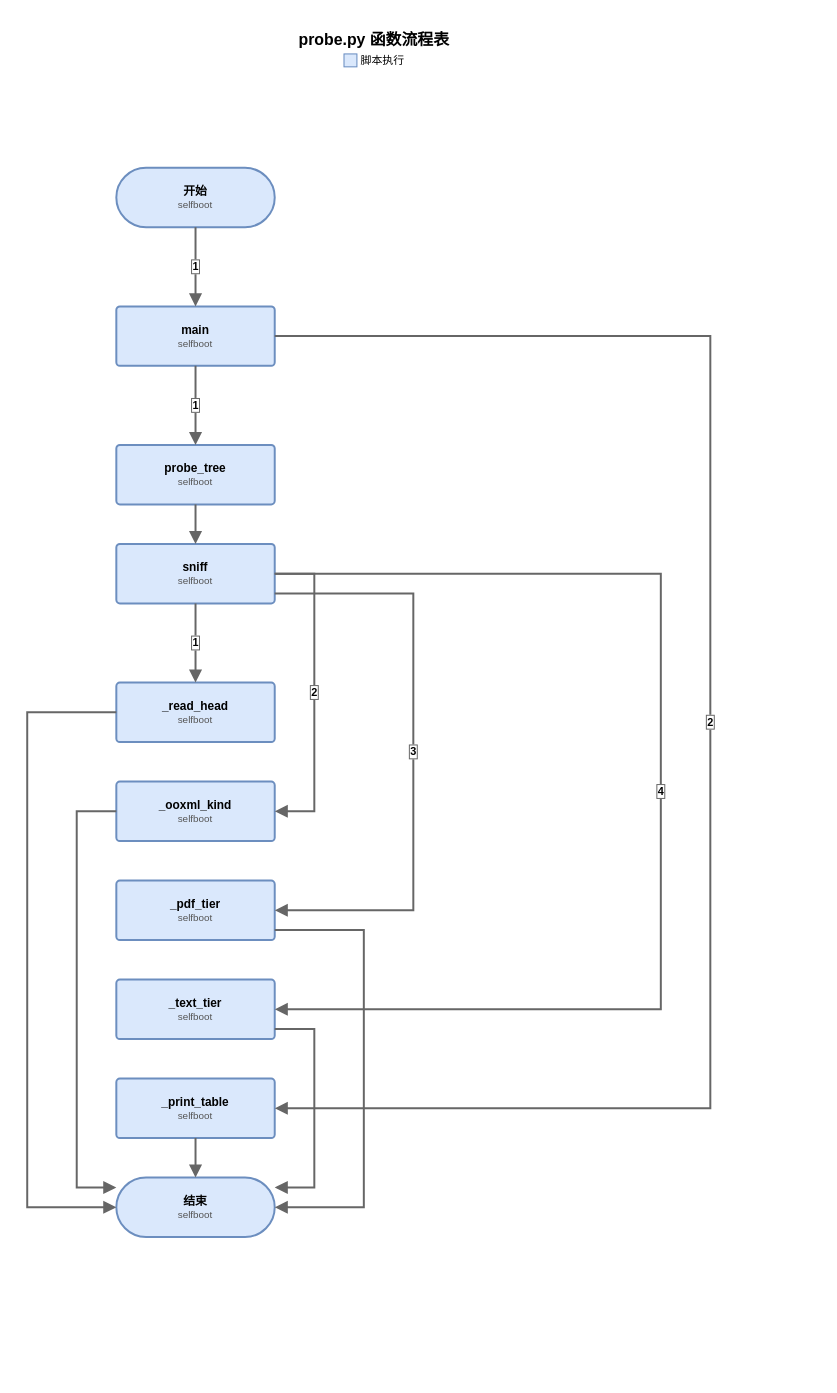
This is page "probe.py 函数流程表" (18 of 31) of dev/baseline/self-boot/self-boot-flow.drawio from Luys521/flowchart-skill, a draw.io file, before an edit. Source tidied: cells renumbered, new cells numbered last; positions are measured from the earlier drawing's top-left corner, leaving out a move shared by most shapes. Both pictures are drawn from the tidied source at 99%, with x=0, y=0 at pixel (27, 17).
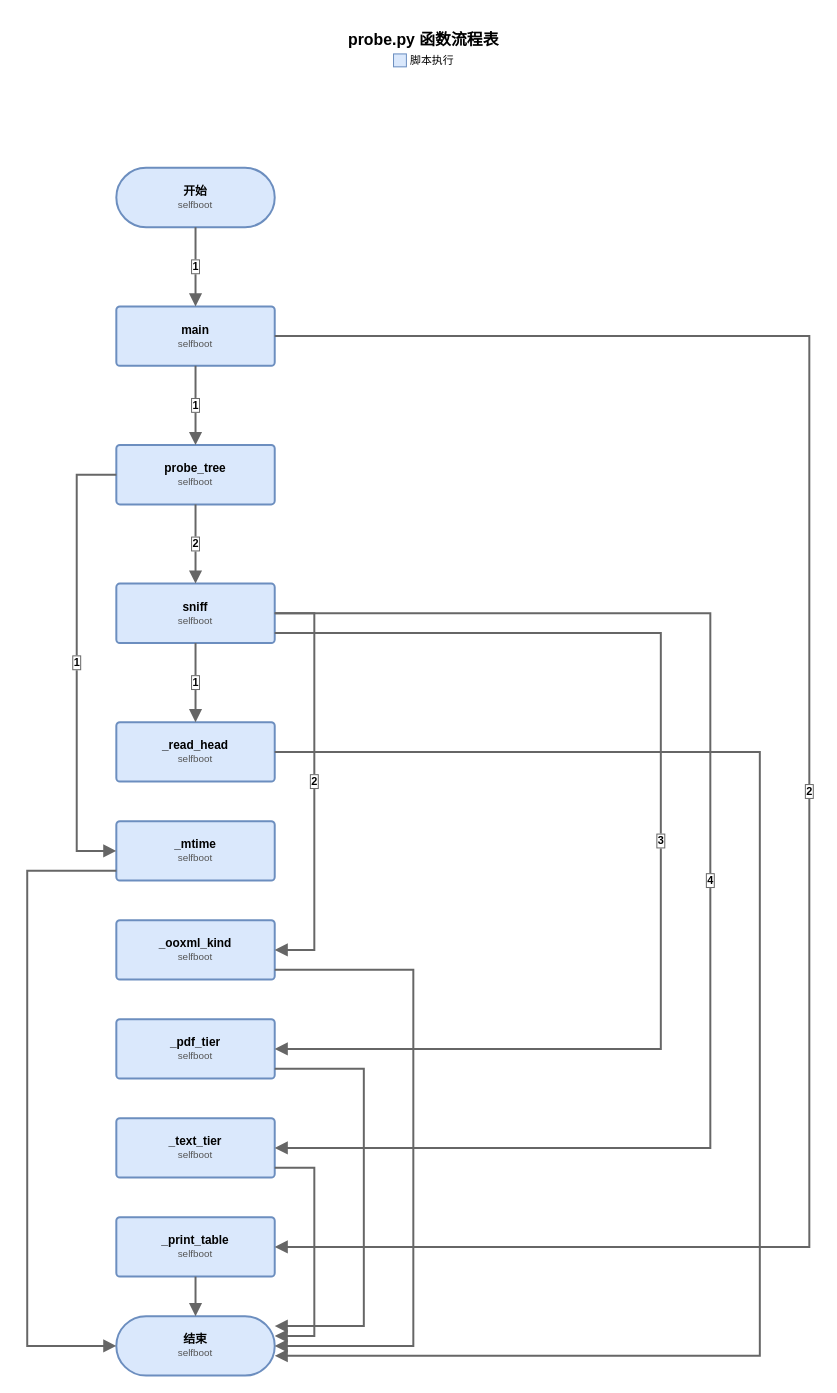
The same page after the edit.

Unchanged cells that the change refers to:
```xml
<mxCell id="3" value="&lt;div style=&quot;font-weight:bold;&quot;&gt;开始&lt;/div&gt;&lt;div style=&quot;color:#555555;font-size:10px;&quot;&gt;selfboot&lt;/div&gt;" style="rounded=1;arcSize=50;whiteSpace=wrap;html=1;strokeWidth=2;fontFamily=Microsoft YaHei;verticalAlign=middle;fillColor=#dae8fc;strokeColor=#6c8ebf;fontSize=12;flowchartSkillNative=1;" parent="1" vertex="1">
  <mxGeometry x="90" y="152" width="160" height="60" as="geometry" />
</mxCell>
```

The edit, as a diff of the source:
```diff
@@
     <mxCell id="2" value="probe.py 函数流程表&lt;br&gt;&lt;span style=&quot;font-size:11px;font-weight:400&quot;&gt;&lt;span style=&quot;background:#dae8fc;border:1px solid #6c8ebf&quot;&gt;&amp;nbsp;&amp;nbsp;&amp;nbsp;&amp;nbsp;&lt;/span&gt; 脚本执行　&lt;/span&gt;" style="text;html=1;align=center;verticalAlign=middle;fontSize=16;fontStyle=1;fontFamily=Microsoft YaHei;" parent="1" vertex="1">
-      <mxGeometry x="50" width="600" height="64" as="geometry" />
+      <mxGeometry x="100" width="600" height="64" as="geometry" />
     </mxCell>
@@
     <mxCell id="4" value="&lt;div style=&quot;font-weight:bold;&quot;&gt;_read_head&lt;/div&gt;&lt;div style=&quot;color:#555555;font-size:10px;&quot;&gt;selfboot&lt;/div&gt;" style="rounded=1;arcSize=6;whiteSpace=wrap;html=1;strokeWidth=2;fontFamily=Microsoft YaHei;verticalAlign=middle;fillColor=#dae8fc;strokeColor=#6c8ebf;fontSize=12;flowchartSkillNative=1;" parent="1" vertex="1">
-      <mxGeometry x="90" y="672" width="160" height="60" as="geometry" />
+      <mxGeometry x="90" y="712" width="160" height="60" as="geometry" />
     </mxCell>
-    <mxCell id="5" value="&lt;div style=&quot;font-weight:bold;&quot;&gt;_ooxml_kind&lt;/div&gt;&lt;div style=&quot;color:#555555;font-size:10px;&quot;&gt;selfboot&lt;/div&gt;" style="rounded=1;arcSize=6;whiteSpace=wrap;html=1;strokeWidth=2;fontFamily=Microsoft YaHei;verticalAlign=middle;fillColor=#dae8fc;strokeColor=#6c8ebf;fontSize=12;flowchartSkillNative=1;" parent="1" vertex="1">
-      <mxGeometry x="90" y="772" width="160" height="60" as="geometry" />
+    <mxCell id="5" value="&lt;div style=&quot;font-weight:bold;&quot;&gt;_mtime&lt;/div&gt;&lt;div style=&quot;color:#555555;font-size:10px;&quot;&gt;selfboot&lt;/div&gt;" style="rounded=1;arcSize=6;whiteSpace=wrap;html=1;strokeWidth=2;fontFamily=Microsoft YaHei;verticalAlign=middle;fillColor=#dae8fc;strokeColor=#6c8ebf;fontSize=12;flowchartSkillNative=1;" parent="1" vertex="1">
+      <mxGeometry x="90" y="812" width="160" height="60" as="geometry" />
     </mxCell>
-    <mxCell id="6" value="&lt;div style=&quot;font-weight:bold;&quot;&gt;_pdf_tier&lt;/div&gt;&lt;div style=&quot;color:#555555;font-size:10px;&quot;&gt;selfboot&lt;/div&gt;" style="rounded=1;arcSize=6;whiteSpace=wrap;html=1;strokeWidth=2;fontFamily=Microsoft YaHei;verticalAlign=middle;fillColor=#dae8fc;strokeColor=#6c8ebf;fontSize=12;flowchartSkillNative=1;" parent="1" vertex="1">
-      <mxGeometry x="90" y="872" width="160" height="60" as="geometry" />
+    <mxCell id="6" value="&lt;div style=&quot;font-weight:bold;&quot;&gt;_ooxml_kind&lt;/div&gt;&lt;div style=&quot;color:#555555;font-size:10px;&quot;&gt;selfboot&lt;/div&gt;" style="rounded=1;arcSize=6;whiteSpace=wrap;html=1;strokeWidth=2;fontFamily=Microsoft YaHei;verticalAlign=middle;fillColor=#dae8fc;strokeColor=#6c8ebf;fontSize=12;flowchartSkillNative=1;" parent="1" vertex="1">
+      <mxGeometry x="90" y="912" width="160" height="60" as="geometry" />
     </mxCell>
-    <mxCell id="7" value="&lt;div style=&quot;font-weight:bold;&quot;&gt;_text_tier&lt;/div&gt;&lt;div style=&quot;color:#555555;font-size:10px;&quot;&gt;selfboot&lt;/div&gt;" style="rounded=1;arcSize=6;whiteSpace=wrap;html=1;strokeWidth=2;fontFamily=Microsoft YaHei;verticalAlign=middle;fillColor=#dae8fc;strokeColor=#6c8ebf;fontSize=12;flowchartSkillNative=1;" parent="1" vertex="1">
-      <mxGeometry x="90" y="972" width="160" height="60" as="geometry" />
+    <mxCell id="7" value="&lt;div style=&quot;font-weight:bold;&quot;&gt;_pdf_tier&lt;/div&gt;&lt;div style=&quot;color:#555555;font-size:10px;&quot;&gt;selfboot&lt;/div&gt;" style="rounded=1;arcSize=6;whiteSpace=wrap;html=1;strokeWidth=2;fontFamily=Microsoft YaHei;verticalAlign=middle;fillColor=#dae8fc;strokeColor=#6c8ebf;fontSize=12;flowchartSkillNative=1;" parent="1" vertex="1">
+      <mxGeometry x="90" y="1012" width="160" height="60" as="geometry" />
     </mxCell>
-    <mxCell id="8" value="&lt;div style=&quot;font-weight:bold;&quot;&gt;sniff&lt;/div&gt;&lt;div style=&quot;color:#555555;font-size:10px;&quot;&gt;selfboot&lt;/div&gt;" style="rounded=1;arcSize=6;whiteSpace=wrap;html=1;strokeWidth=2;fontFamily=Microsoft YaHei;verticalAlign=middle;fillColor=#dae8fc;strokeColor=#6c8ebf;fontSize=12;flowchartSkillNative=1;" parent="1" vertex="1">
-      <mxGeometry x="90" y="532" width="160" height="60" as="geometry" />
+    <mxCell id="8" value="&lt;div style=&quot;font-weight:bold;&quot;&gt;_text_tier&lt;/div&gt;&lt;div style=&quot;color:#555555;font-size:10px;&quot;&gt;selfboot&lt;/div&gt;" style="rounded=1;arcSize=6;whiteSpace=wrap;html=1;strokeWidth=2;fontFamily=Microsoft YaHei;verticalAlign=middle;fillColor=#dae8fc;strokeColor=#6c8ebf;fontSize=12;flowchartSkillNative=1;" parent="1" vertex="1">
+      <mxGeometry x="90" y="1112" width="160" height="60" as="geometry" />
     </mxCell>
-    <mxCell id="9" value="&lt;div style=&quot;font-weight:bold;&quot;&gt;probe_tree&lt;/div&gt;&lt;div style=&quot;color:#555555;font-size:10px;&quot;&gt;selfboot&lt;/div&gt;" style="rounded=1;arcSize=6;whiteSpace=wrap;html=1;strokeWidth=2;fontFamily=Microsoft YaHei;verticalAlign=middle;fillColor=#dae8fc;strokeColor=#6c8ebf;fontSize=12;flowchartSkillNative=1;" parent="1" vertex="1">
-      <mxGeometry x="90" y="432" width="160" height="60" as="geometry" />
+    <mxCell id="9" value="&lt;div style=&quot;font-weight:bold;&quot;&gt;sniff&lt;/div&gt;&lt;div style=&quot;color:#555555;font-size:10px;&quot;&gt;selfboot&lt;/div&gt;" style="rounded=1;arcSize=6;whiteSpace=wrap;html=1;strokeWidth=2;fontFamily=Microsoft YaHei;verticalAlign=middle;fillColor=#dae8fc;strokeColor=#6c8ebf;fontSize=12;flowchartSkillNative=1;" parent="1" vertex="1">
+      <mxGeometry x="90" y="572" width="160" height="60" as="geometry" />
     </mxCell>
-    <mxCell id="10" value="&lt;div style=&quot;font-weight:bold;&quot;&gt;_print_table&lt;/div&gt;&lt;div style=&quot;color:#555555;font-size:10px;&quot;&gt;selfboot&lt;/div&gt;" style="rounded=1;arcSize=6;whiteSpace=wrap;html=1;strokeWidth=2;fontFamily=Microsoft YaHei;verticalAlign=middle;fillColor=#dae8fc;strokeColor=#6c8ebf;fontSize=12;flowchartSkillNative=1;" parent="1" vertex="1">
-      <mxGeometry x="90" y="1072" width="160" height="60" as="geometry" />
+    <mxCell id="10" value="&lt;div style=&quot;font-weight:bold;&quot;&gt;probe_tree&lt;/div&gt;&lt;div style=&quot;color:#555555;font-size:10px;&quot;&gt;selfboot&lt;/div&gt;" style="rounded=1;arcSize=6;whiteSpace=wrap;html=1;strokeWidth=2;fontFamily=Microsoft YaHei;verticalAlign=middle;fillColor=#dae8fc;strokeColor=#6c8ebf;fontSize=12;flowchartSkillNative=1;" parent="1" vertex="1">
+      <mxGeometry x="90" y="432" width="160" height="60" as="geometry" />
     </mxCell>
-    <mxCell id="11" value="&lt;div style=&quot;font-weight:bold;&quot;&gt;main&lt;/div&gt;&lt;div style=&quot;color:#555555;font-size:10px;&quot;&gt;selfboot&lt;/div&gt;" style="rounded=1;arcSize=6;whiteSpace=wrap;html=1;strokeWidth=2;fontFamily=Microsoft YaHei;verticalAlign=middle;fillColor=#dae8fc;strokeColor=#6c8ebf;fontSize=12;flowchartSkillNative=1;" parent="1" vertex="1">
-      <mxGeometry x="90" y="292" width="160" height="60" as="geometry" />
+    <mxCell id="11" value="&lt;div style=&quot;font-weight:bold;&quot;&gt;_print_table&lt;/div&gt;&lt;div style=&quot;color:#555555;font-size:10px;&quot;&gt;selfboot&lt;/div&gt;" style="rounded=1;arcSize=6;whiteSpace=wrap;html=1;strokeWidth=2;fontFamily=Microsoft YaHei;verticalAlign=middle;fillColor=#dae8fc;strokeColor=#6c8ebf;fontSize=12;flowchartSkillNative=1;" parent="1" vertex="1">
+      <mxGeometry x="90" y="1212" width="160" height="60" as="geometry" />
     </mxCell>
-    <mxCell id="12" value="&lt;div style=&quot;font-weight:bold;&quot;&gt;结束&lt;/div&gt;&lt;div style=&quot;color:#555555;font-size:10px;&quot;&gt;selfboot&lt;/div&gt;" style="rounded=1;arcSize=50;whiteSpace=wrap;html=1;strokeWidth=2;fontFamily=Microsoft YaHei;verticalAlign=middle;fillColor=#dae8fc;strokeColor=#6c8ebf;fontSize=12;flowchartSkillNative=1;" parent="1" vertex="1">
-      <mxGeometry x="90" y="1172" width="160" height="60" as="geometry" />
+    <mxCell id="12" value="&lt;div style=&quot;font-weight:bold;&quot;&gt;main&lt;/div&gt;&lt;div style=&quot;color:#555555;font-size:10px;&quot;&gt;selfboot&lt;/div&gt;" style="rounded=1;arcSize=6;whiteSpace=wrap;html=1;strokeWidth=2;fontFamily=Microsoft YaHei;verticalAlign=middle;fillColor=#dae8fc;strokeColor=#6c8ebf;fontSize=12;flowchartSkillNative=1;" parent="1" vertex="1">
+      <mxGeometry x="90" y="292" width="160" height="60" as="geometry" />
     </mxCell>
+    <mxCell id="26" value="&lt;div style=&quot;font-weight:bold;&quot;&gt;结束&lt;/div&gt;&lt;div style=&quot;color:#555555;font-size:10px;&quot;&gt;selfboot&lt;/div&gt;" style="rounded=1;arcSize=50;whiteSpace=wrap;html=1;strokeWidth=2;fontFamily=Microsoft YaHei;verticalAlign=middle;fillColor=#dae8fc;strokeColor=#6c8ebf;fontSize=12;flowchartSkillNative=1;" parent="1" vertex="1">
+      <mxGeometry x="90" y="1312" width="160" height="60" as="geometry" />
+    </mxCell>
-    <mxCell id="13" value="1" style="edgeStyle=orthogonalEdgeStyle;rounded=0;jettySize=auto;html=1;exitX=0.5;exitY=1.0;entryX=0.5;entryY=0.0;endArrow=block;endFill=1;endSize=8;strokeWidth=2;strokeColor=#666666;fontSize=11;fontStyle=1;fontFamily=Microsoft YaHei;labelBackgroundColor=#ffffff;labelBorderColor=#666666;" parent="1" edge="1" source="3" target="11">
+    <mxCell id="13" value="1" style="edgeStyle=orthogonalEdgeStyle;rounded=0;jettySize=auto;html=1;exitX=0.5;exitY=1.0;entryX=0.5;entryY=0.0;endArrow=block;endFill=1;endSize=8;strokeWidth=2;strokeColor=#666666;fontSize=11;fontStyle=1;fontFamily=Microsoft YaHei;labelBackgroundColor=#ffffff;labelBorderColor=#666666;" parent="1" edge="1" source="3" target="12">
       <mxGeometry relative="1" as="geometry" />
     </mxCell>
-    <mxCell id="14" style="edgeStyle=orthogonalEdgeStyle;rounded=0;jettySize=auto;html=1;exitX=0.0;exitY=0.5;entryX=0.0;entryY=0.5;endArrow=block;endFill=1;endSize=8;strokeWidth=2;strokeColor=#666666;fontSize=11;fontStyle=1;fontFamily=Microsoft YaHei;labelBackgroundColor=#ffffff;labelBorderColor=#666666;" parent="1" edge="1" source="4" target="12">
+    <mxCell id="14" style="edgeStyle=orthogonalEdgeStyle;rounded=0;jettySize=auto;html=1;exitX=1.0;exitY=0.5;entryX=1.0;entryY=0.6667;endArrow=block;endFill=1;endSize=8;strokeWidth=2;strokeColor=#666666;fontSize=11;fontStyle=1;fontFamily=Microsoft YaHei;labelBackgroundColor=#ffffff;labelBorderColor=#666666;" parent="1" edge="1" source="4" target="26">
       <mxGeometry relative="1" as="geometry">
         <Array as="points">
-          <mxPoint y="702" />
-          <mxPoint y="1202" />
+          <mxPoint x="740" y="742" />
+          <mxPoint x="740" y="1352" />
         </Array>
       </mxGeometry>
     </mxCell>
-    <mxCell id="15" style="edgeStyle=orthogonalEdgeStyle;rounded=0;jettySize=auto;html=1;exitX=0.0;exitY=0.5;entryX=0.0;entryY=0.1667;endArrow=block;endFill=1;endSize=8;strokeWidth=2;strokeColor=#666666;fontSize=11;fontStyle=1;fontFamily=Microsoft YaHei;labelBackgroundColor=#ffffff;labelBorderColor=#666666;" parent="1" edge="1" source="5" target="12">
+    <mxCell id="15" style="edgeStyle=orthogonalEdgeStyle;rounded=0;jettySize=auto;html=1;exitX=0.0;exitY=0.8333;entryX=0.0;entryY=0.5;endArrow=block;endFill=1;endSize=8;strokeWidth=2;strokeColor=#666666;fontSize=11;fontStyle=1;fontFamily=Microsoft YaHei;labelBackgroundColor=#ffffff;labelBorderColor=#666666;" parent="1" edge="1" source="5" target="26">
       <mxGeometry relative="1" as="geometry">
         <Array as="points">
-          <mxPoint x="50" y="802" />
-          <mxPoint x="50" y="1182" />
+          <mxPoint y="862" />
+          <mxPoint y="1342" />
         </Array>
       </mxGeometry>
     </mxCell>
-    <mxCell id="16" style="edgeStyle=orthogonalEdgeStyle;rounded=0;jettySize=auto;html=1;exitX=1.0;exitY=0.8333;entryX=1.0;entryY=0.5;endArrow=block;endFill=1;endSize=8;strokeWidth=2;strokeColor=#666666;fontSize=11;fontStyle=1;fontFamily=Microsoft YaHei;labelBackgroundColor=#ffffff;labelBorderColor=#666666;" parent="1" edge="1" source="6" target="12">
+    <mxCell id="16" style="edgeStyle=orthogonalEdgeStyle;rounded=0;jettySize=auto;html=1;exitX=1.0;exitY=0.8333;entryX=1.0;entryY=0.5;endArrow=block;endFill=1;endSize=8;strokeWidth=2;strokeColor=#666666;fontSize=11;fontStyle=1;fontFamily=Microsoft YaHei;labelBackgroundColor=#ffffff;labelBorderColor=#666666;" parent="1" edge="1" source="6" target="26">
       <mxGeometry relative="1" as="geometry">
         <Array as="points">
-          <mxPoint x="340" y="922" />
-          <mxPoint x="340" y="1202" />
+          <mxPoint x="390" y="962" />
+          <mxPoint x="390" y="1342" />
         </Array>
       </mxGeometry>
     </mxCell>
-    <mxCell id="17" style="edgeStyle=orthogonalEdgeStyle;rounded=0;jettySize=auto;html=1;exitX=1.0;exitY=0.8333;entryX=1.0;entryY=0.1667;endArrow=block;endFill=1;endSize=8;strokeWidth=2;strokeColor=#666666;fontSize=11;fontStyle=1;fontFamily=Microsoft YaHei;labelBackgroundColor=#ffffff;labelBorderColor=#666666;" parent="1" edge="1" source="7" target="12">
+    <mxCell id="17" style="edgeStyle=orthogonalEdgeStyle;rounded=0;jettySize=auto;html=1;exitX=1.0;exitY=0.8333;entryX=1.0;entryY=0.1667;endArrow=block;endFill=1;endSize=8;strokeWidth=2;strokeColor=#666666;fontSize=11;fontStyle=1;fontFamily=Microsoft YaHei;labelBackgroundColor=#ffffff;labelBorderColor=#666666;" parent="1" edge="1" source="7" target="26">
       <mxGeometry relative="1" as="geometry">
         <Array as="points">
-          <mxPoint x="290" y="1022" />
-          <mxPoint x="290" y="1182" />
+          <mxPoint x="340" y="1062" />
+          <mxPoint x="340" y="1322" />
         </Array>
       </mxGeometry>
     </mxCell>
-    <mxCell id="18" value="1" style="edgeStyle=orthogonalEdgeStyle;rounded=0;jettySize=auto;html=1;exitX=0.5;exitY=1.0;entryX=0.5;entryY=0.0;endArrow=block;endFill=1;endSize=8;strokeWidth=2;strokeColor=#666666;fontSize=11;fontStyle=1;fontFamily=Microsoft YaHei;labelBackgroundColor=#ffffff;labelBorderColor=#666666;" parent="1" edge="1" source="8" target="4">
-      <mxGeometry relative="1" as="geometry" />
+    <mxCell id="18" style="edgeStyle=orthogonalEdgeStyle;rounded=0;jettySize=auto;html=1;exitX=1.0;exitY=0.8333;entryX=1.0;entryY=0.3333;endArrow=block;endFill=1;endSize=8;strokeWidth=2;strokeColor=#666666;fontSize=11;fontStyle=1;fontFamily=Microsoft YaHei;labelBackgroundColor=#ffffff;labelBorderColor=#666666;" parent="1" edge="1" source="8" target="26">
+      <mxGeometry relative="1" as="geometry">
+        <Array as="points">
+          <mxPoint x="290" y="1162" />
+          <mxPoint x="290" y="1332" />
+        </Array>
+      </mxGeometry>
     </mxCell>
-    <mxCell id="19" value="2" style="edgeStyle=orthogonalEdgeStyle;rounded=0;jettySize=auto;html=1;exitX=1.0;exitY=0.5;entryX=1.0;entryY=0.5;endArrow=block;endFill=1;endSize=8;strokeWidth=2;strokeColor=#666666;fontSize=11;fontStyle=1;fontFamily=Microsoft YaHei;labelBackgroundColor=#ffffff;labelBorderColor=#666666;" parent="1" edge="1" source="8" target="5">
-      <mxGeometry relative="1" as="geometry">
-        <Array as="points">
-          <mxPoint x="290" y="562" />
-          <mxPoint x="290" y="802" />
-        </Array>
-      </mxGeometry>
+    <mxCell id="19" value="1" style="edgeStyle=orthogonalEdgeStyle;rounded=0;jettySize=auto;html=1;exitX=0.5;exitY=1.0;entryX=0.5;entryY=0.0;endArrow=block;endFill=1;endSize=8;strokeWidth=2;strokeColor=#666666;fontSize=11;fontStyle=1;fontFamily=Microsoft YaHei;labelBackgroundColor=#ffffff;labelBorderColor=#666666;" parent="1" edge="1" source="9" target="4">
+      <mxGeometry relative="1" as="geometry" />
     </mxCell>
-    <mxCell id="20" value="3" style="edgeStyle=orthogonalEdgeStyle;rounded=0;jettySize=auto;html=1;exitX=1.0;exitY=0.8333;entryX=1.0;entryY=0.5;endArrow=block;endFill=1;endSize=8;strokeWidth=2;strokeColor=#666666;fontSize=11;fontStyle=1;fontFamily=Microsoft YaHei;labelBackgroundColor=#ffffff;labelBorderColor=#666666;" parent="1" edge="1" source="8" target="6">
+    <mxCell id="20" value="2" style="edgeStyle=orthogonalEdgeStyle;rounded=0;jettySize=auto;html=1;exitX=1.0;exitY=0.5;entryX=1.0;entryY=0.5;endArrow=block;endFill=1;endSize=8;strokeWidth=2;strokeColor=#666666;fontSize=11;fontStyle=1;fontFamily=Microsoft YaHei;labelBackgroundColor=#ffffff;labelBorderColor=#666666;" parent="1" edge="1" source="9" target="6">
       <mxGeometry relative="1" as="geometry">
         <Array as="points">
-          <mxPoint x="390" y="582" />
-          <mxPoint x="390" y="902" />
+          <mxPoint x="290" y="602" />
+          <mxPoint x="290" y="942" />
         </Array>
       </mxGeometry>
     </mxCell>
-    <mxCell id="21" value="4" style="edgeStyle=orthogonalEdgeStyle;rounded=0;jettySize=auto;html=1;exitX=1.0;exitY=0.5;entryX=1.0;entryY=0.5;endArrow=block;endFill=1;endSize=8;strokeWidth=2;strokeColor=#666666;fontSize=11;fontStyle=1;fontFamily=Microsoft YaHei;labelBackgroundColor=#ffffff;labelBorderColor=#666666;" parent="1" edge="1" source="8" target="7">
+    <mxCell id="21" value="3" style="edgeStyle=orthogonalEdgeStyle;rounded=0;jettySize=auto;html=1;exitX=1.0;exitY=0.8333;entryX=1.0;entryY=0.5;endArrow=block;endFill=1;endSize=8;strokeWidth=2;strokeColor=#666666;fontSize=11;fontStyle=1;fontFamily=Microsoft YaHei;labelBackgroundColor=#ffffff;labelBorderColor=#666666;" parent="1" edge="1" source="9" target="7">
       <mxGeometry relative="1" as="geometry">
         <Array as="points">
-          <mxPoint x="640" y="562" />
-          <mxPoint x="640" y="1002" />
+          <mxPoint x="640" y="622" />
+          <mxPoint x="640" y="1042" />
         </Array>
       </mxGeometry>
     </mxCell>
-    <mxCell id="22" style="edgeStyle=orthogonalEdgeStyle;rounded=0;jettySize=auto;html=1;exitX=0.5;exitY=1.0;entryX=0.5;entryY=0.0;endArrow=block;endFill=1;endSize=8;strokeWidth=2;strokeColor=#666666;fontSize=11;fontStyle=1;fontFamily=Microsoft YaHei;labelBackgroundColor=#ffffff;labelBorderColor=#666666;" parent="1" edge="1" source="9" target="8">
-      <mxGeometry relative="1" as="geometry" />
+    <mxCell id="22" value="4" style="edgeStyle=orthogonalEdgeStyle;rounded=0;jettySize=auto;html=1;exitX=1.0;exitY=0.5;entryX=1.0;entryY=0.5;endArrow=block;endFill=1;endSize=8;strokeWidth=2;strokeColor=#666666;fontSize=11;fontStyle=1;fontFamily=Microsoft YaHei;labelBackgroundColor=#ffffff;labelBorderColor=#666666;" parent="1" edge="1" source="9" target="8">
+      <mxGeometry relative="1" as="geometry">
+        <Array as="points">
+          <mxPoint x="690" y="602" />
+          <mxPoint x="690" y="1142" />
+        </Array>
+      </mxGeometry>
     </mxCell>
-    <mxCell id="23" style="edgeStyle=orthogonalEdgeStyle;rounded=0;jettySize=auto;html=1;exitX=0.5;exitY=1.0;entryX=0.5;entryY=0.0;endArrow=block;endFill=1;endSize=8;strokeWidth=2;strokeColor=#666666;fontSize=11;fontStyle=1;fontFamily=Microsoft YaHei;labelBackgroundColor=#ffffff;labelBorderColor=#666666;" parent="1" edge="1" source="10" target="12">
-      <mxGeometry relative="1" as="geometry" />
+    <mxCell id="23" value="1" style="edgeStyle=orthogonalEdgeStyle;rounded=0;jettySize=auto;html=1;exitX=0.0;exitY=0.5;entryX=0.0;entryY=0.5;endArrow=block;endFill=1;endSize=8;strokeWidth=2;strokeColor=#666666;fontSize=11;fontStyle=1;fontFamily=Microsoft YaHei;labelBackgroundColor=#ffffff;labelBorderColor=#666666;" parent="1" edge="1" source="10" target="5">
+      <mxGeometry relative="1" as="geometry">
+        <Array as="points">
+          <mxPoint x="50" y="462" />
+          <mxPoint x="50" y="842" />
+        </Array>
+      </mxGeometry>
     </mxCell>
-    <mxCell id="24" value="1" style="edgeStyle=orthogonalEdgeStyle;rounded=0;jettySize=auto;html=1;exitX=0.5;exitY=1.0;entryX=0.5;entryY=0.0;endArrow=block;endFill=1;endSize=8;strokeWidth=2;strokeColor=#666666;fontSize=11;fontStyle=1;fontFamily=Microsoft YaHei;labelBackgroundColor=#ffffff;labelBorderColor=#666666;" parent="1" edge="1" source="11" target="9">
+    <mxCell id="24" value="2" style="edgeStyle=orthogonalEdgeStyle;rounded=0;jettySize=auto;html=1;exitX=0.5;exitY=1.0;entryX=0.5;entryY=0.0;endArrow=block;endFill=1;endSize=8;strokeWidth=2;strokeColor=#666666;fontSize=11;fontStyle=1;fontFamily=Microsoft YaHei;labelBackgroundColor=#ffffff;labelBorderColor=#666666;" parent="1" edge="1" source="10" target="9">
       <mxGeometry relative="1" as="geometry" />
     </mxCell>
-    <mxCell id="25" value="2" style="edgeStyle=orthogonalEdgeStyle;rounded=0;jettySize=auto;html=1;exitX=1.0;exitY=0.5;entryX=1.0;entryY=0.5;endArrow=block;endFill=1;endSize=8;strokeWidth=2;strokeColor=#666666;fontSize=11;fontStyle=1;fontFamily=Microsoft YaHei;labelBackgroundColor=#ffffff;labelBorderColor=#666666;" parent="1" edge="1" source="11" target="10">
-      <mxGeometry relative="1" as="geometry">
-        <Array as="points">
-          <mxPoint x="690" y="322" />
-          <mxPoint x="690" y="1102" />
-        </Array>
-      </mxGeometry>
+    <mxCell id="25" style="edgeStyle=orthogonalEdgeStyle;rounded=0;jettySize=auto;html=1;exitX=0.5;exitY=1.0;entryX=0.5;entryY=0.0;endArrow=block;endFill=1;endSize=8;strokeWidth=2;strokeColor=#666666;fontSize=11;fontStyle=1;fontFamily=Microsoft YaHei;labelBackgroundColor=#ffffff;labelBorderColor=#666666;" parent="1" edge="1" source="11" target="26">
+      <mxGeometry relative="1" as="geometry" />
     </mxCell>
+    <mxCell id="27" value="1" style="edgeStyle=orthogonalEdgeStyle;rounded=0;jettySize=auto;html=1;exitX=0.5;exitY=1.0;entryX=0.5;entryY=0.0;endArrow=block;endFill=1;endSize=8;strokeWidth=2;strokeColor=#666666;fontSize=11;fontStyle=1;fontFamily=Microsoft YaHei;labelBackgroundColor=#ffffff;labelBorderColor=#666666;" parent="1" edge="1" source="12" target="10">
+      <mxGeometry relative="1" as="geometry" />
+    </mxCell>
+    <mxCell id="28" value="2" style="edgeStyle=orthogonalEdgeStyle;rounded=0;jettySize=auto;html=1;exitX=1.0;exitY=0.5;entryX=1.0;entryY=0.5;endArrow=block;endFill=1;endSize=8;strokeWidth=2;strokeColor=#666666;fontSize=11;fontStyle=1;fontFamily=Microsoft YaHei;labelBackgroundColor=#ffffff;labelBorderColor=#666666;" parent="1" edge="1" source="12" target="11">
+      <mxGeometry relative="1" as="geometry">
+        <Array as="points">
+          <mxPoint x="790" y="322" />
+          <mxPoint x="790" y="1242" />
+        </Array>
+      </mxGeometry>
+    </mxCell>
```
